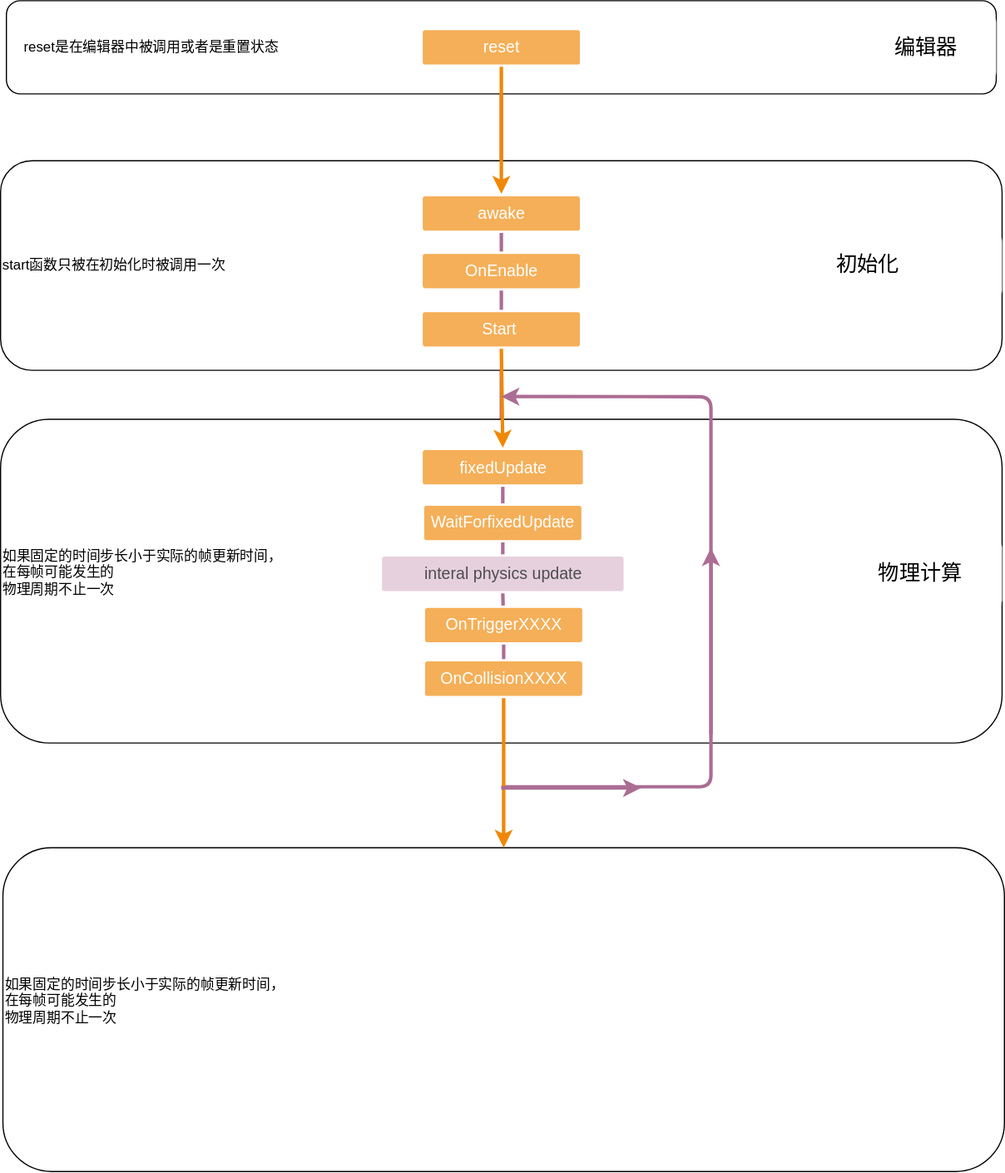
Above: unitylearn.svg in SandWind/unitylearn (draw.io), before the change. Source tidied: cells renumbered, new cells last; positions are measured from the earlier drawing's top-left corner, leaving out a move shared by most shapes.
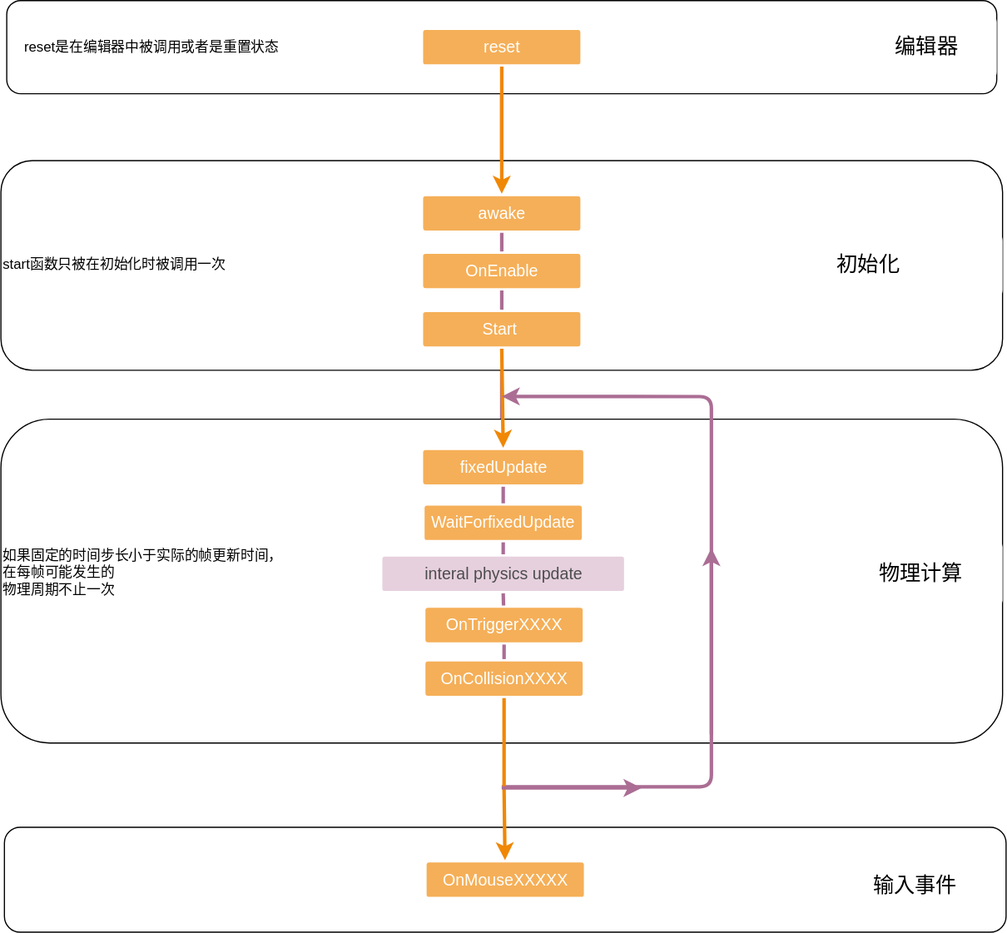
Above is the later version.

Diff of the diagram source:
```diff
@@ -2,8 +2,8 @@
   <root>
     <mxCell id="0" />
     <mxCell id="1" parent="0" />
-    <mxCell id="2" value="&lt;div&gt;如果固定的时间步长小于实际的帧更新时间，&lt;/div&gt;&lt;div&gt;&lt;span&gt;在每帧可能发生的&lt;/span&gt;&lt;/div&gt;物理周期&lt;span&gt;不止一次&lt;/span&gt;&lt;br&gt;&lt;div&gt;&lt;br&gt;&lt;/div&gt;" style="rounded=1;whiteSpace=wrap;html=1;align=left;" parent="1" vertex="1">
-      <mxGeometry x="2" y="727.4" width="860" height="278" as="geometry" />
+    <mxCell id="2" value="&lt;div&gt;&lt;br&gt;&lt;/div&gt;" style="rounded=1;whiteSpace=wrap;html=1;align=left;" parent="1" vertex="1">
+      <mxGeometry x="3" y="709.8" width="860" height="90" as="geometry" />
     </mxCell>
     <mxCell id="3" style="edgeStyle=orthogonalEdgeStyle;rounded=0;jettySize=auto;html=1;strokeColor=#AB6D94;strokeWidth=3;fontColor=#4D4D4D;" parent="1" edge="1" source="4" target="14">
       <mxGeometry relative="1" as="geometry" />
@@ -90,7 +90,7 @@
         </Array>
       </mxGeometry>
     </mxCell>
-    <mxCell id="29" style="edgeStyle=none;rounded=0;jumpStyle=none;html=1;shadow=0;labelBackgroundColor=none;startArrow=none;startFill=0;endArrow=classic;endFill=1;jettySize=auto;strokeColor=#F08705;strokeWidth=3;fontFamily=Helvetica;fontSize=14;fontColor=#FFFFFF;spacing=5;exitX=0.5;exitY=1;exitDx=0;exitDy=0;" parent="1" edge="1" source="26" target="2">
+    <mxCell id="29" style="edgeStyle=none;rounded=0;jumpStyle=none;html=1;shadow=0;labelBackgroundColor=none;startArrow=none;startFill=0;endArrow=classic;endFill=1;jettySize=auto;strokeColor=#F08705;strokeWidth=3;fontFamily=Helvetica;fontSize=14;fontColor=#FFFFFF;spacing=5;exitX=0.5;exitY=1;exitDx=0;exitDy=0;" parent="1" edge="1" source="26" target="32">
       <mxGeometry relative="1" as="geometry">
         <Array as="points">
           <mxPoint x="432" y="677.4" />
@@ -109,5 +109,11 @@
         <mxPoint x="610" y="470" as="targetPoint" />
       </mxGeometry>
     </mxCell>
+    <mxCell id="32" value="OnMouseXXXXX" style="rounded=1;whiteSpace=wrap;html=1;shadow=0;labelBackgroundColor=none;strokeColor=none;strokeWidth=3;fillColor=#f5af58;fontFamily=Helvetica;fontSize=14;fontColor=#FFFFFF;align=center;spacing=5;arcSize=7;perimeterSpacing=2;" parent="1" vertex="1">
+      <mxGeometry x="365.5" y="740" width="135" height="29.5" as="geometry" />
+    </mxCell>
+    <mxCell id="33" value="&lt;span style=&quot;font-size: 18px&quot;&gt;输入事件&lt;/span&gt;" style="rounded=1;whiteSpace=wrap;html=1;labelBackgroundColor=none;labelBorderColor=none;strokeColor=none;imageWidth=20;arcSize=12;" parent="1" vertex="1">
+      <mxGeometry x="715" y="730" width="140" height="60" as="geometry" />
+    </mxCell>
   </root>
 </mxGraphModel>
```
